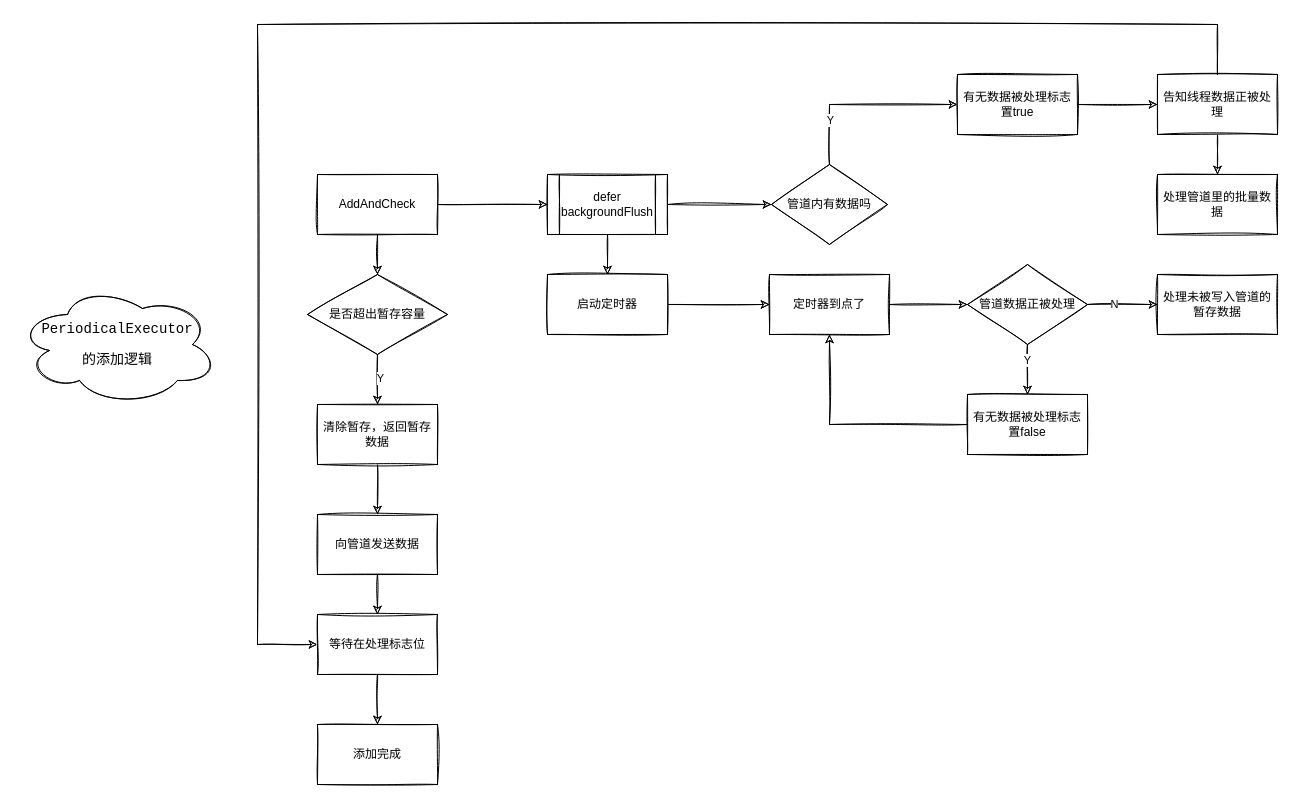
Above: periodExcutor执行策略.drawio in doodle971002/logS (draw.io), before the change. Source tidied: cells renumbered, new cells numbered last; positions are measured from the earlier drawing's top-left corner, leaving out a move shared by most shapes. Both pictures are drawn from the tidied source at 100%, with x=0, y=0 at pixel (17, 24).
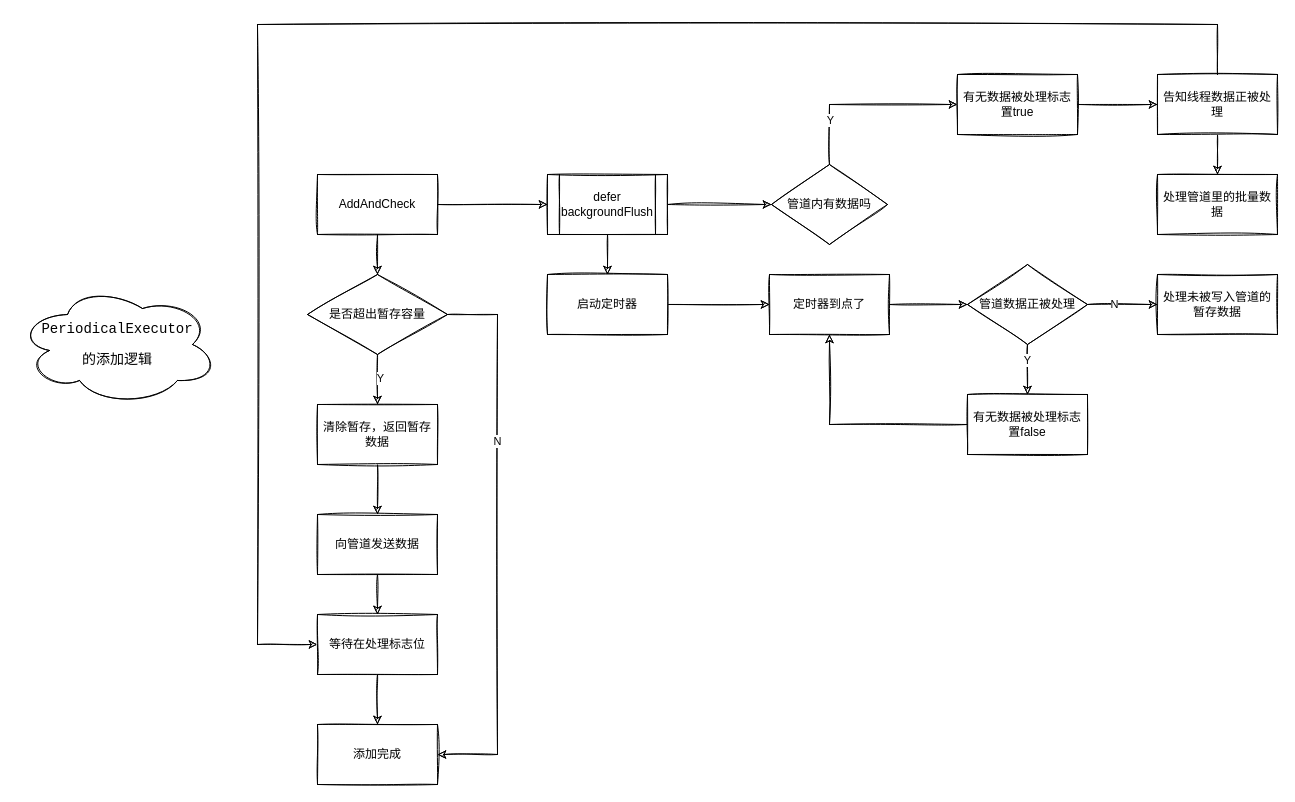
The same page after the edit.

The change refers to these unchanged cells:
```xml
<mxCell id="30" value="是否超出暂存容量" style="rhombus;whiteSpace=wrap;html=1;sketch=1;" parent="1" vertex="1">
  <mxGeometry x="290" y="250" width="140" height="80" as="geometry" />
</mxCell>
<mxCell id="38" value="添加完成" style="rounded=0;whiteSpace=wrap;html=1;sketch=1;" parent="1" vertex="1">
  <mxGeometry x="300" y="700" width="120" height="60" as="geometry" />
</mxCell>
```

Change to the diagram source:
```diff
@@
+    <mxCell id="40" style="edgeStyle=orthogonalEdgeStyle;rounded=0;sketch=1;jettySize=auto;html=1;exitX=1;exitY=0.5;exitDx=0;exitDy=0;entryX=1;entryY=0.5;entryDx=0;entryDy=0;fontColor=#000000;" parent="1" edge="1" source="30" target="38">
+      <mxGeometry relative="1" as="geometry">
+        <Array as="points">
+          <mxPoint x="480" y="290" />
+          <mxPoint x="480" y="730" />
+        </Array>
+      </mxGeometry>
+    </mxCell>
+    <mxCell id="41" value="N" style="edgeLabel;html=1;align=center;verticalAlign=middle;fontColor=#000000;" parent="40" vertex="1">
+      <mxGeometry x="-0.36" y="-1" relative="1" as="geometry" />
+    </mxCell>
```
